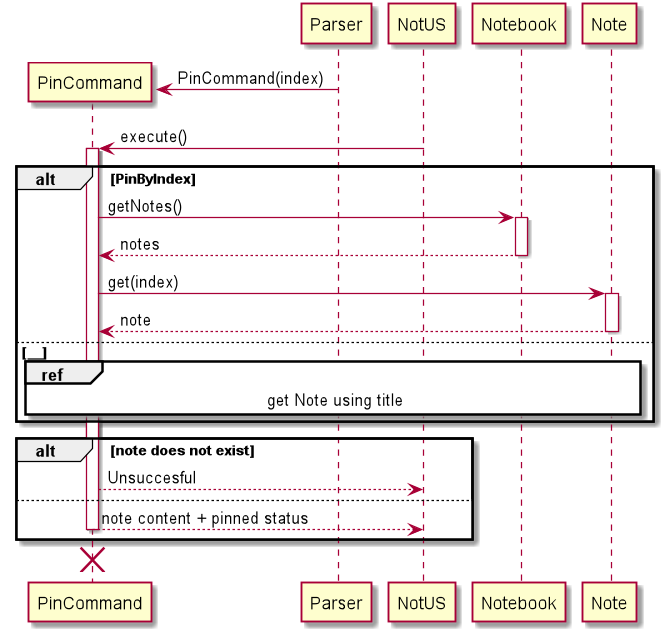
The PlantUML diagram docs/diagrams/out/PinCommand.png in nus-cs2113-AY2021S1/tp, before a commit.
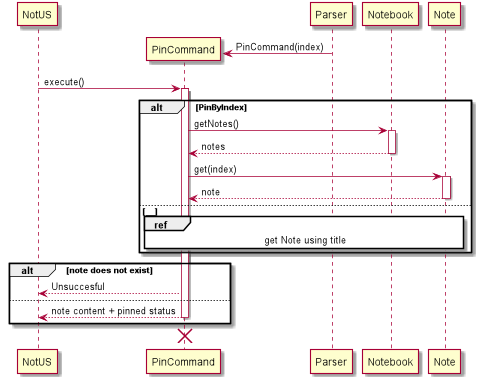
Later version of the same file.

Commit message:
Update *UG commands *UG notebook diagram and overloaded functions *Addnote sequence clean up *Pincommand NotUS position

Change to the diagram source:
```diff
@@ -1,4 +1,5 @@
 @startuml
+create NotUS
 create PinCommand
 activate PinCommand
 
```
